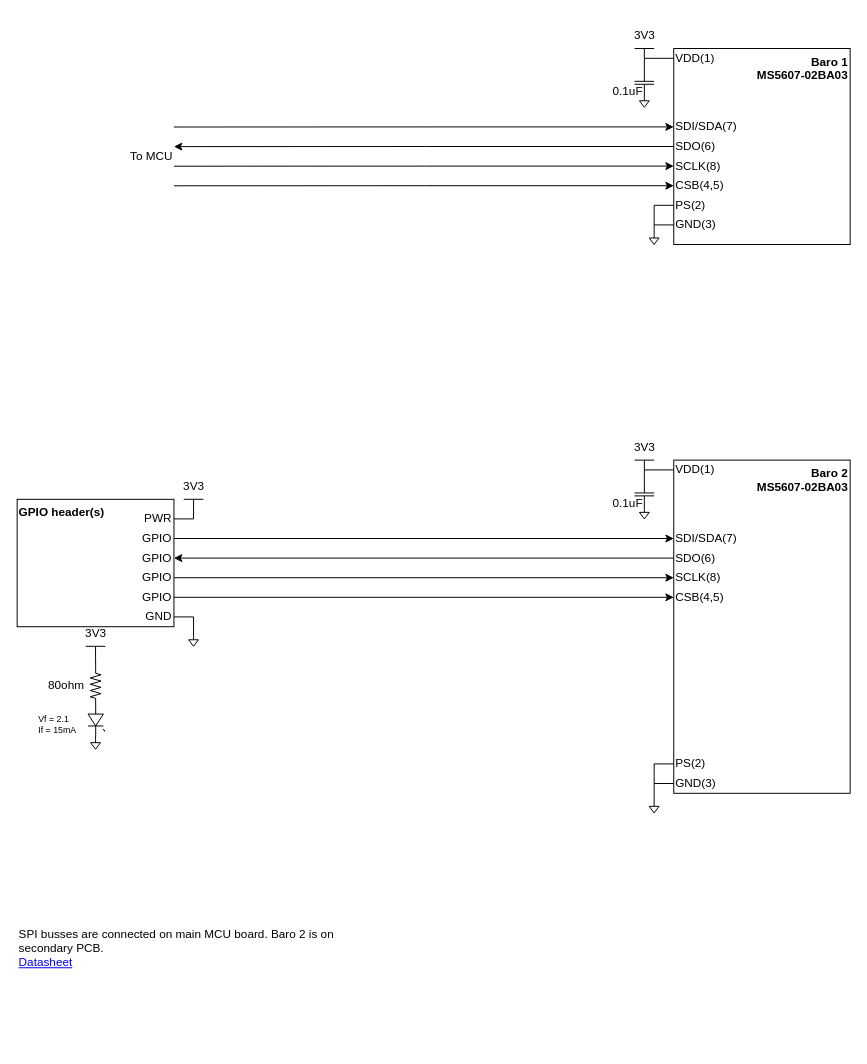
The draw.io diagram page "MS5607-02BA03" (6 of 9) of PleaseGoUp.drawio in liamherlihy/pleaseGoUp, before the edit. Source tidied: cells renumbered, new cells numbered last; positions are measured from the earlier drawing's top-left corner, leaving out a move shared by most shapes. Both pictures are drawn from the tidied source at 98%, with x=0, y=0 at pixel (17, 48).
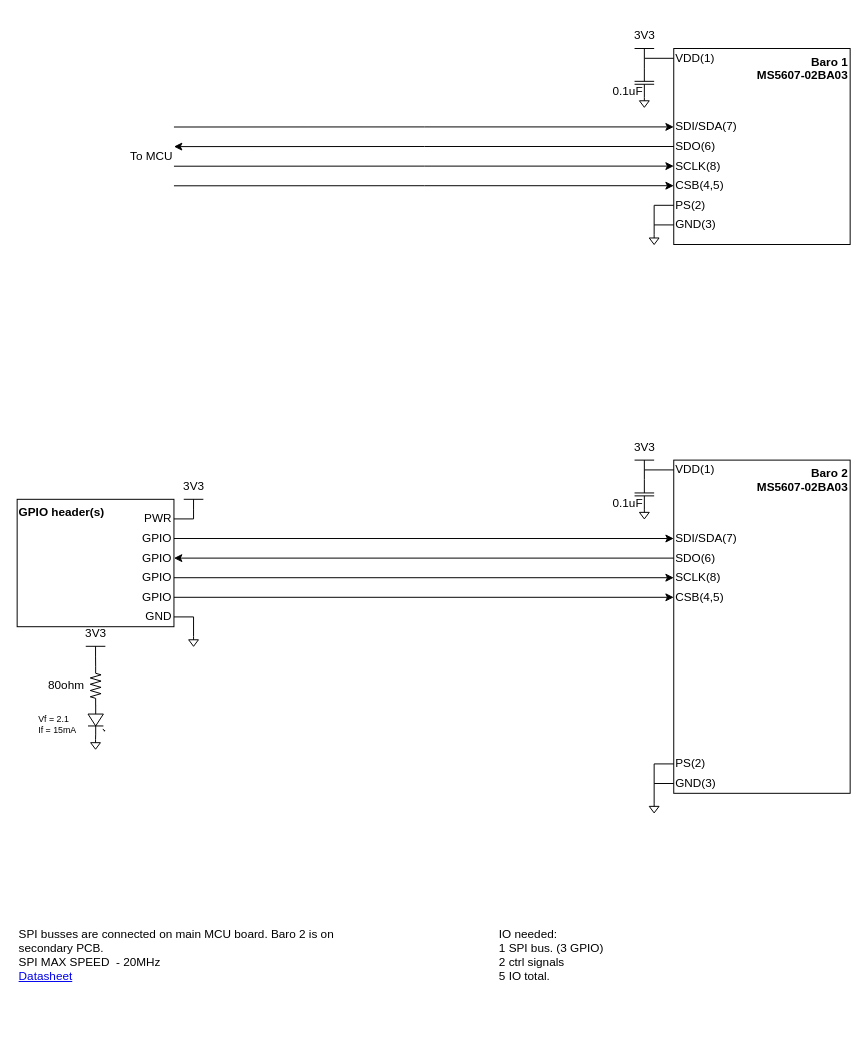
Above is the later version.

Change to the diagram source:
```diff
@@
-    <mxCell id="3" value="SPI busses are connected on main MCU board. Baro 2 is on secondary PCB.&amp;nbsp;&lt;br&gt;&lt;a href=&quot;https://www.te.com/commerce/DocumentDelivery/DDEController?Action=srchrtrv&amp;amp;DocNm=MS5607-02BA03&amp;amp;DocType=Data+Sheet&amp;amp;DocLang=English&quot;&gt;Datasheet&lt;/a&gt;&amp;nbsp;" style="text;html=1;strokeColor=none;fillColor=none;align=left;verticalAlign=top;whiteSpace=wrap;rounded=0;fontSize=12;" parent="1" vertex="1">
+    <mxCell id="3" value="SPI busses are connected on main MCU board. Baro 2 is on secondary PCB.&amp;nbsp;&lt;br&gt;SPI MAX SPEED&amp;nbsp; - 20MHz&amp;nbsp;&lt;br&gt;&lt;a href=&quot;https://www.te.com/commerce/DocumentDelivery/DDEController?Action=srchrtrv&amp;amp;DocNm=MS5607-02BA03&amp;amp;DocType=Data+Sheet&amp;amp;DocLang=English&quot;&gt;Datasheet&lt;/a&gt;&amp;nbsp;" style="text;html=1;strokeColor=none;fillColor=none;align=left;verticalAlign=top;whiteSpace=wrap;rounded=0;fontSize=12;" parent="1" vertex="1">
       <mxGeometry y="890" width="360" height="130" as="geometry" />
     </mxCell>
@@
+    <mxCell id="64" value="&lt;span&gt;IO needed:&lt;br&gt;1 SPI bus. (3 GPIO)&lt;br&gt;2 ctrl signals&amp;nbsp;&lt;span style=&quot;white-space: pre&quot;&gt;&#9;&lt;/span&gt;&lt;br&gt;5 IO total.&amp;nbsp;&lt;br&gt;&lt;br&gt;&lt;br&gt;&lt;/span&gt;" style="text;html=1;strokeColor=none;fillColor=none;align=left;verticalAlign=top;whiteSpace=wrap;rounded=0;fontSize=12;" parent="1" vertex="1">
+      <mxGeometry x="490" y="890" width="360" height="130" as="geometry" />
+    </mxCell>
```
